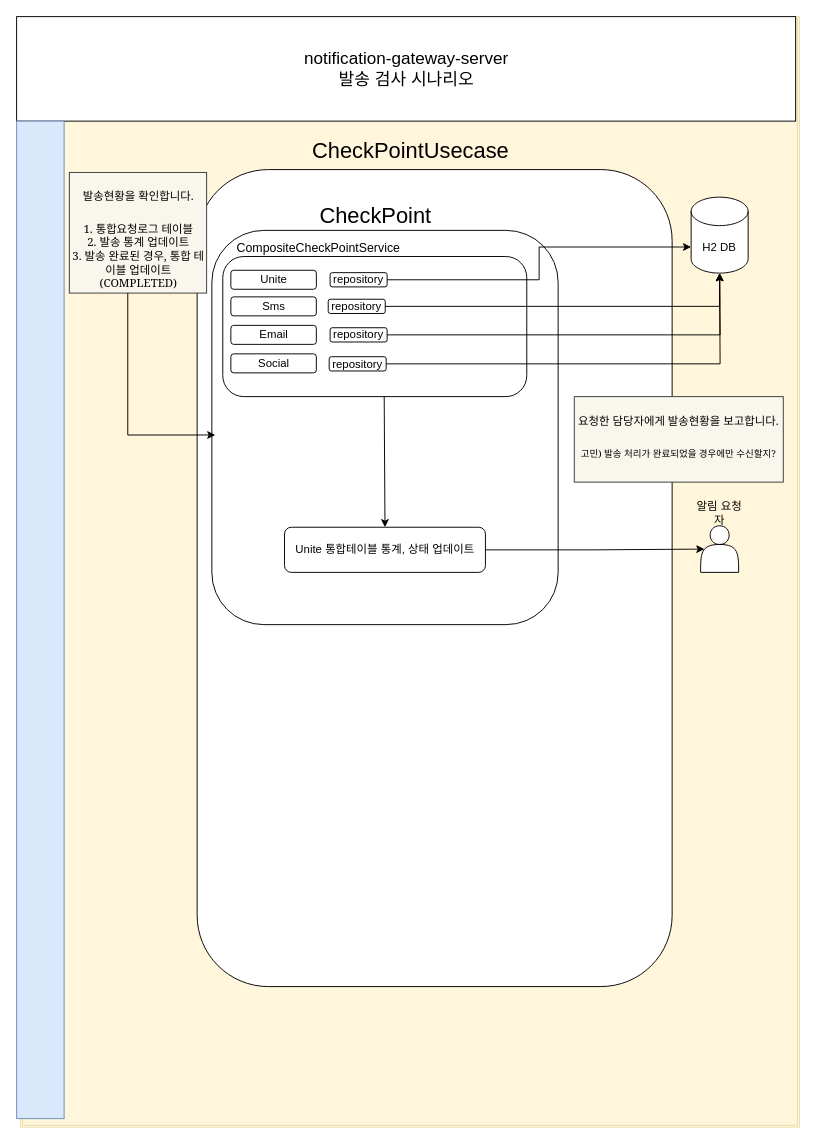
Before: page "발송검사_시나리오" (4 of 4) of notification-server.drawio in rojae/Tistory-Diagram, a draw.io diagram. Source tidied: cells renumbered, new cells numbered last; positions are measured from the earlier drawing's top-left corner, leaving out a move shared by most shapes. Both pictures are drawn from the tidied source at 95%, with x=0, y=0 at pixel (16, 16).
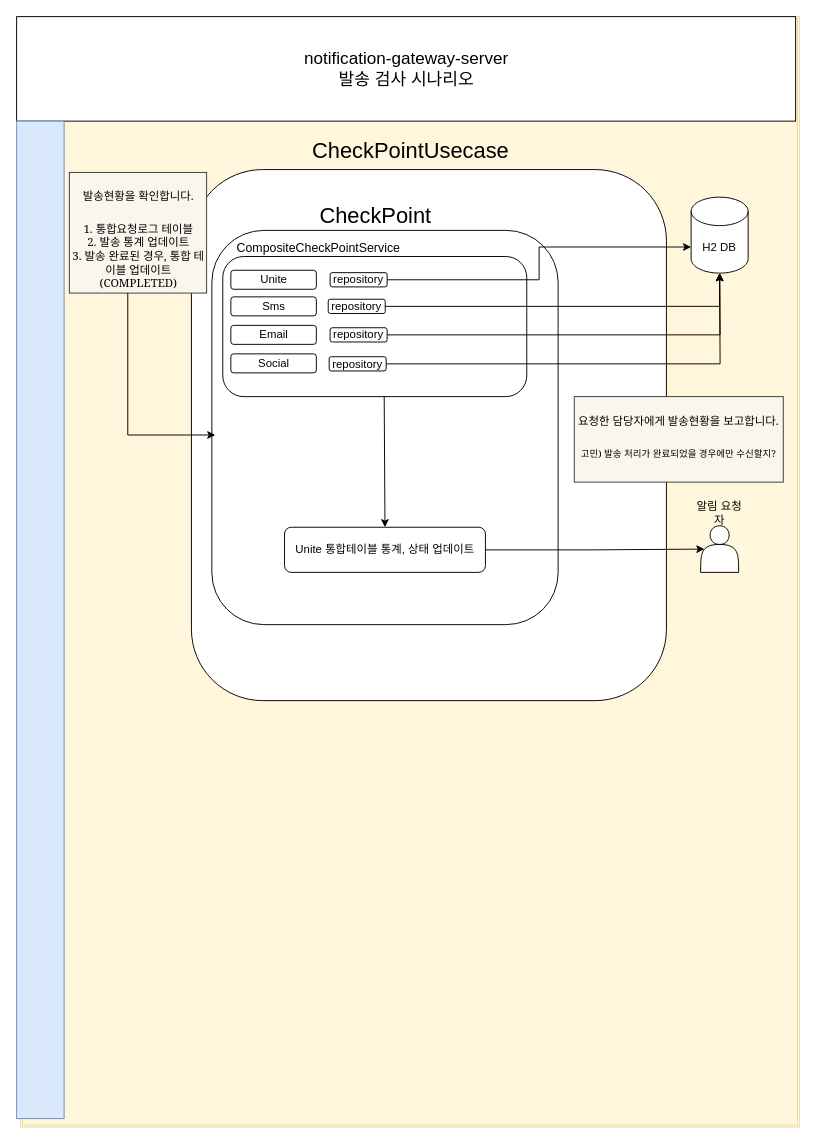
The same page after the edit.

The edit, as a diff of the source:
```diff
@@
     <mxCell id="3" style="rounded=1;whiteSpace=wrap;html=1;" parent="1" vertex="1">
-      <mxGeometry x="190" y="161" width="500" height="860" as="geometry" />
+      <mxGeometry x="184" y="161" width="500" height="559" as="geometry" />
     </mxCell>
@@
-    <mxCell id="28" value="&lt;h1 style=&quot;margin-top: 0px;&quot;&gt;&lt;font face=&quot;Georgia&quot;&gt;&lt;span style=&quot;font-size: 12px; font-weight: 400;&quot;&gt;요청한 담당자에게 발송현황을 보고합니다.&lt;/span&gt;&lt;/font&gt;&lt;/h1&gt;&lt;div&gt;&lt;span style=&quot;font-weight: 400;&quot;&gt;&lt;font style=&quot;font-size: 10px;&quot; face=&quot;Georgia&quot;&gt;고민) 발송 처리가 완료되었을 경우에만 수신할지?&lt;/font&gt;&lt;/span&gt;&lt;/div&gt;" style="text;html=1;whiteSpace=wrap;overflow=hidden;rounded=0;fillColor=#f9f7ed;strokeColor=#36393d;align=center;" parent="1" vertex="1">
+    <mxCell id="28" value="&lt;h1 style=&quot;margin-top: 0px;&quot;&gt;&lt;font face=&quot;Georgia&quot;&gt;&lt;span style=&quot;font-size: 12px; font-weight: 400;&quot;&gt;요청한 담당자에게 발송현황을 보고합니다.&lt;/span&gt;&lt;/font&gt;&lt;/h1&gt;&lt;div&gt;&lt;span style=&quot;font-weight: 400;&quot;&gt;&lt;font style=&quot;font-size: 10px;&quot; face=&quot;Georgia&quot;&gt;고민) 발송 처리가 완료되었을 경우에만 수신할지?&lt;br&gt;&lt;/font&gt;&lt;/span&gt;&lt;/div&gt;" style="text;html=1;whiteSpace=wrap;overflow=hidden;rounded=0;fillColor=#f9f7ed;strokeColor=#36393d;align=center;" parent="1" vertex="1">
       <mxGeometry x="587" y="400" width="220" height="90" as="geometry" />
     </mxCell>
```
